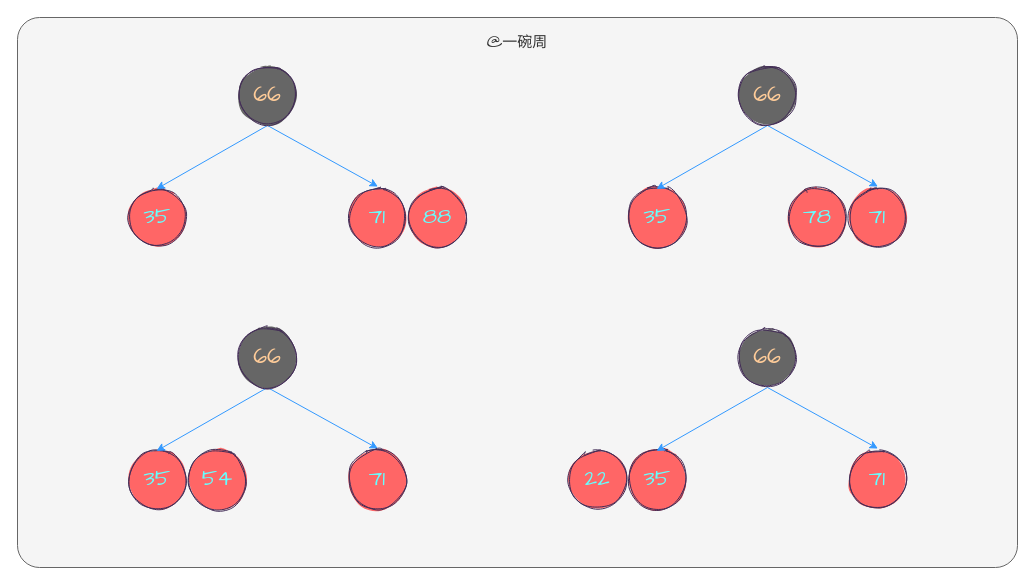
ywanzhou/play-algorithm keeps this draw.io diagram as 数据结构/readBlackTree/draw.io/16_裂变状态.drawio. Above is the earlier version. Source tidied: cells renumbered, new cells numbered last; positions are measured from the earlier drawing's top-left corner, leaving out a move shared by most shapes. Both pictures are drawn from the tidied source at 100%, with x=0, y=0 at pixel (17, 17).
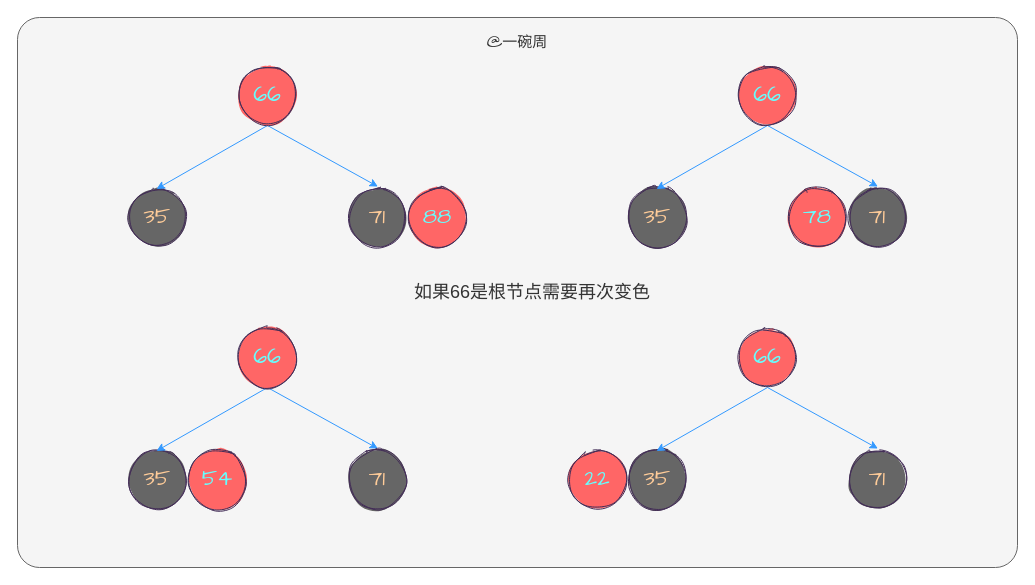
After the change.

What changed in the source:
```diff
@@
-    <mxCell id="4" value="&lt;font face=&quot;comic sans ms&quot;&gt;&lt;span style=&quot;font-size: 22px&quot;&gt;35&lt;/span&gt;&lt;/font&gt;" style="ellipse;whiteSpace=wrap;html=1;fillColor=#FF6666;strokeColor=#432D57;sketch=1;fillStyle=solid;fontColor=#66FFFF;" parent="1" vertex="1">
+    <mxCell id="4" value="&lt;font face=&quot;comic sans ms&quot;&gt;&lt;span style=&quot;font-size: 22px&quot;&gt;35&lt;/span&gt;&lt;/font&gt;" style="ellipse;whiteSpace=wrap;html=1;fillColor=#666666;strokeColor=#432D57;sketch=1;fillStyle=solid;fontColor=#FFCC99;" parent="1" vertex="1">
       <mxGeometry x="110" y="170" width="60" height="60" as="geometry" />
     </mxCell>
@@
-    <mxCell id="7" value="&lt;span style=&quot;font-family: &amp;quot;comic sans ms&amp;quot; ; font-size: 22px&quot;&gt;&lt;font&gt;66&lt;/font&gt;&lt;/span&gt;" style="ellipse;whiteSpace=wrap;html=1;fillColor=#666666;strokeColor=#432D57;sketch=1;fillStyle=solid;fontColor=#FFCC99;" parent="1" vertex="1">
+    <mxCell id="7" value="&lt;span style=&quot;font-family: &amp;quot;comic sans ms&amp;quot; ; font-size: 22px&quot;&gt;&lt;font&gt;66&lt;/font&gt;&lt;/span&gt;" style="ellipse;whiteSpace=wrap;html=1;fillColor=#FF6666;strokeColor=#432D57;sketch=1;fillStyle=solid;fontColor=#66FFFF;" parent="1" vertex="1">
       <mxGeometry x="220" y="48" width="60" height="60" as="geometry" />
     </mxCell>
-    <mxCell id="8" value="&lt;span style=&quot;font-family: &amp;quot;comic sans ms&amp;quot; ; font-size: 22px&quot;&gt;&lt;font&gt;71&lt;/font&gt;&lt;/span&gt;" style="ellipse;whiteSpace=wrap;html=1;fillColor=#FF6666;strokeColor=#432D57;sketch=1;fillStyle=solid;fontColor=#66FFFF;" parent="1" vertex="1">
+    <mxCell id="8" value="&lt;span style=&quot;font-family: &amp;quot;comic sans ms&amp;quot; ; font-size: 22px&quot;&gt;&lt;font&gt;71&lt;/font&gt;&lt;/span&gt;" style="ellipse;whiteSpace=wrap;html=1;fillColor=#666666;strokeColor=#432D57;sketch=1;fillStyle=solid;fontColor=#FFCC99;" parent="1" vertex="1">
       <mxGeometry x="330" y="170" width="60" height="60" as="geometry" />
     </mxCell>
@@
-    <mxCell id="10" value="&lt;font face=&quot;comic sans ms&quot;&gt;&lt;span style=&quot;font-size: 22px&quot;&gt;35&lt;/span&gt;&lt;/font&gt;" style="ellipse;whiteSpace=wrap;html=1;fillColor=#FF6666;strokeColor=#432D57;sketch=1;fillStyle=solid;fontColor=#66FFFF;" parent="1" vertex="1">
+    <mxCell id="10" value="&lt;font face=&quot;comic sans ms&quot;&gt;&lt;span style=&quot;font-size: 22px&quot;&gt;35&lt;/span&gt;&lt;/font&gt;" style="ellipse;whiteSpace=wrap;html=1;fillColor=#666666;strokeColor=#432D57;sketch=1;fillStyle=solid;fontColor=#FFCC99;" parent="1" vertex="1">
       <mxGeometry x="610" y="170" width="60" height="60" as="geometry" />
     </mxCell>
@@
-    <mxCell id="13" value="&lt;span style=&quot;font-family: &amp;quot;comic sans ms&amp;quot; ; font-size: 22px&quot;&gt;&lt;font&gt;66&lt;/font&gt;&lt;/span&gt;" style="ellipse;whiteSpace=wrap;html=1;fillColor=#666666;strokeColor=#432D57;sketch=1;fillStyle=solid;fontColor=#FFCC99;" parent="1" vertex="1">
+    <mxCell id="13" value="&lt;span style=&quot;font-family: &amp;quot;comic sans ms&amp;quot; ; font-size: 22px&quot;&gt;&lt;font&gt;66&lt;/font&gt;&lt;/span&gt;" style="ellipse;whiteSpace=wrap;html=1;fillColor=#FF6666;strokeColor=#432D57;sketch=1;fillStyle=solid;fontColor=#66FFFF;" parent="1" vertex="1">
       <mxGeometry x="720" y="48" width="60" height="60" as="geometry" />
     </mxCell>
-    <mxCell id="14" value="&lt;span style=&quot;font-family: &amp;quot;comic sans ms&amp;quot; ; font-size: 22px&quot;&gt;&lt;font&gt;71&lt;/font&gt;&lt;/span&gt;" style="ellipse;whiteSpace=wrap;html=1;fillColor=#FF6666;strokeColor=#432D57;sketch=1;fillStyle=solid;fontColor=#66FFFF;" parent="1" vertex="1">
+    <mxCell id="14" value="&lt;span style=&quot;font-family: &amp;quot;comic sans ms&amp;quot; ; font-size: 22px&quot;&gt;&lt;font&gt;71&lt;/font&gt;&lt;/span&gt;" style="ellipse;whiteSpace=wrap;html=1;fillColor=#666666;strokeColor=#432D57;sketch=1;fillStyle=solid;fontColor=#FFCC99;" parent="1" vertex="1">
       <mxGeometry x="830" y="170" width="60" height="60" as="geometry" />
     </mxCell>
@@
-    <mxCell id="16" value="&lt;font face=&quot;comic sans ms&quot;&gt;&lt;span style=&quot;font-size: 22px&quot;&gt;35&lt;/span&gt;&lt;/font&gt;" style="ellipse;whiteSpace=wrap;html=1;fillColor=#FF6666;strokeColor=#432D57;sketch=1;fillStyle=solid;fontColor=#66FFFF;" parent="1" vertex="1">
+    <mxCell id="16" value="&lt;font face=&quot;comic sans ms&quot;&gt;&lt;span style=&quot;font-size: 22px&quot;&gt;35&lt;/span&gt;&lt;/font&gt;" style="ellipse;whiteSpace=wrap;html=1;fillColor=#666666;strokeColor=#432D57;sketch=1;fillStyle=solid;fontColor=#FFCC99;" parent="1" vertex="1">
       <mxGeometry x="110" y="432" width="60" height="60" as="geometry" />
     </mxCell>
@@
-    <mxCell id="19" value="&lt;span style=&quot;font-family: &amp;quot;comic sans ms&amp;quot; ; font-size: 22px&quot;&gt;&lt;font&gt;66&lt;/font&gt;&lt;/span&gt;" style="ellipse;whiteSpace=wrap;html=1;fillColor=#666666;strokeColor=#432D57;sketch=1;fillStyle=solid;fontColor=#FFCC99;" parent="1" vertex="1">
+    <mxCell id="19" value="&lt;span style=&quot;font-family: &amp;quot;comic sans ms&amp;quot; ; font-size: 22px&quot;&gt;&lt;font&gt;66&lt;/font&gt;&lt;/span&gt;" style="ellipse;whiteSpace=wrap;html=1;fillColor=#FF6666;strokeColor=#432D57;sketch=1;fillStyle=solid;fontColor=#66FFFF;" parent="1" vertex="1">
       <mxGeometry x="220" y="310" width="60" height="60" as="geometry" />
     </mxCell>
-    <mxCell id="20" value="&lt;span style=&quot;font-family: &amp;quot;comic sans ms&amp;quot; ; font-size: 22px&quot;&gt;&lt;font&gt;71&lt;/font&gt;&lt;/span&gt;" style="ellipse;whiteSpace=wrap;html=1;fillColor=#FF6666;strokeColor=#432D57;sketch=1;fillStyle=solid;fontColor=#66FFFF;" parent="1" vertex="1">
+    <mxCell id="20" value="&lt;span style=&quot;font-family: &amp;quot;comic sans ms&amp;quot; ; font-size: 22px&quot;&gt;&lt;font&gt;71&lt;/font&gt;&lt;/span&gt;" style="ellipse;whiteSpace=wrap;html=1;fillColor=#666666;strokeColor=#432D57;sketch=1;fillStyle=solid;fontColor=#FFCC99;" parent="1" vertex="1">
       <mxGeometry x="330" y="432" width="60" height="60" as="geometry" />
     </mxCell>
@@
-    <mxCell id="22" value="&lt;font face=&quot;comic sans ms&quot;&gt;&lt;span style=&quot;font-size: 22px&quot;&gt;35&lt;/span&gt;&lt;/font&gt;" style="ellipse;whiteSpace=wrap;html=1;fillColor=#FF6666;strokeColor=#432D57;sketch=1;fillStyle=solid;fontColor=#66FFFF;" parent="1" vertex="1">
+    <mxCell id="22" value="&lt;font face=&quot;comic sans ms&quot;&gt;&lt;span style=&quot;font-size: 22px&quot;&gt;35&lt;/span&gt;&lt;/font&gt;" style="ellipse;whiteSpace=wrap;html=1;fillColor=#666666;strokeColor=#432D57;sketch=1;fillStyle=solid;fontColor=#FFCC99;" parent="1" vertex="1">
       <mxGeometry x="610" y="432" width="60" height="60" as="geometry" />
     </mxCell>
@@
-    <mxCell id="25" value="&lt;span style=&quot;font-family: &amp;quot;comic sans ms&amp;quot; ; font-size: 22px&quot;&gt;&lt;font&gt;66&lt;/font&gt;&lt;/span&gt;" style="ellipse;whiteSpace=wrap;html=1;fillColor=#666666;strokeColor=#432D57;sketch=1;fillStyle=solid;fontColor=#FFCC99;" parent="1" vertex="1">
+    <mxCell id="25" value="&lt;span style=&quot;font-family: &amp;quot;comic sans ms&amp;quot; ; font-size: 22px&quot;&gt;&lt;font&gt;66&lt;/font&gt;&lt;/span&gt;" style="ellipse;whiteSpace=wrap;html=1;fillColor=#FF6666;strokeColor=#432D57;sketch=1;fillStyle=solid;fontColor=#66FFFF;" parent="1" vertex="1">
       <mxGeometry x="720" y="310" width="60" height="60" as="geometry" />
     </mxCell>
-    <mxCell id="26" value="&lt;span style=&quot;font-family: &amp;quot;comic sans ms&amp;quot; ; font-size: 22px&quot;&gt;&lt;font&gt;71&lt;/font&gt;&lt;/span&gt;" style="ellipse;whiteSpace=wrap;html=1;fillColor=#FF6666;strokeColor=#432D57;sketch=1;fillStyle=solid;fontColor=#66FFFF;" parent="1" vertex="1">
+    <mxCell id="26" value="&lt;span style=&quot;font-family: &amp;quot;comic sans ms&amp;quot; ; font-size: 22px&quot;&gt;&lt;font&gt;71&lt;/font&gt;&lt;/span&gt;" style="ellipse;whiteSpace=wrap;html=1;fillColor=#666666;strokeColor=#432D57;sketch=1;fillStyle=solid;fontColor=#FFCC99;" parent="1" vertex="1">
       <mxGeometry x="830" y="432" width="60" height="60" as="geometry" />
     </mxCell>
@@
+    <mxCell id="28" value="&lt;font color=&quot;#333333&quot;&gt;如果66是根节点需要再次变色&lt;/font&gt;" style="text;html=1;strokeColor=none;fillColor=none;align=center;verticalAlign=middle;whiteSpace=wrap;rounded=0;fillStyle=auto;fontSize=18;fontColor=#FFCC99;" parent="1" vertex="1">
+      <mxGeometry x="390" y="260" width="250" height="30" as="geometry" />
+    </mxCell>
```
